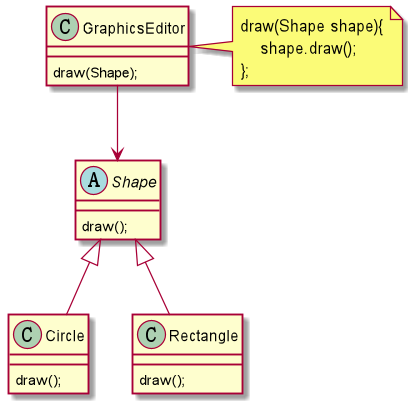
Drintau/StudyRepository keeps this PlantUML diagram as doc/images/OCP2.png. Above is the earlier version. Its source is kept beside it as doc/UML/OCP2.puml. Source of this version:
```plantuml
@startuml

class GraphicsEditor{
    draw(Shape);
}
note right of GraphicsEditor
draw(Shape shape){
    shape.draw();
};
end note
class Circle{
    draw();
}
class Rectangle{
    draw();
}
abstract class Shape{
    draw();
}

GraphicsEditor --> Shape
Shape <|-- Circle
Shape <|-- Rectangle

@enduml
```
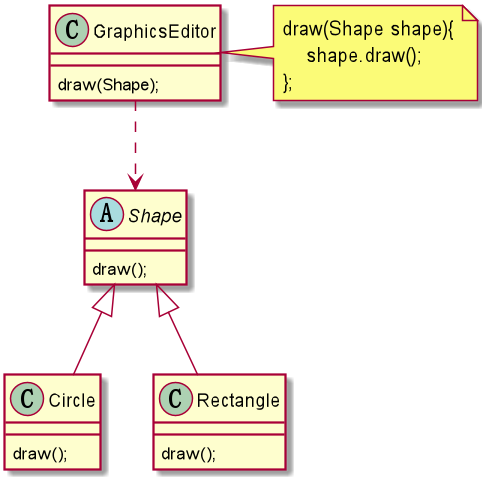
After the change.

Change to the diagram source:
```diff
@@ -18,7 +18,7 @@
     draw();
 }
 
-GraphicsEditor --> Shape
+GraphicsEditor ..> Shape
 Shape <|-- Circle
 Shape <|-- Rectangle
 
```
